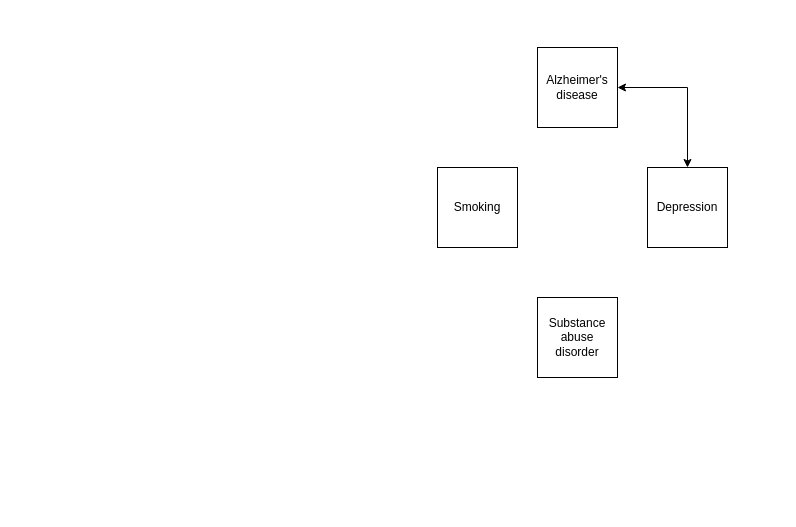
gennacampain/RProjects keeps this draw.io diagram as interconnected.drawio. Above is the earlier version. Source tidied: cells renumbered, new cells numbered last; positions are measured from the earlier drawing's top-left corner, leaving out a move shared by most shapes. Both pictures are drawn from the tidied source at 100%, with x=0, y=0 at pixel (437, 47).
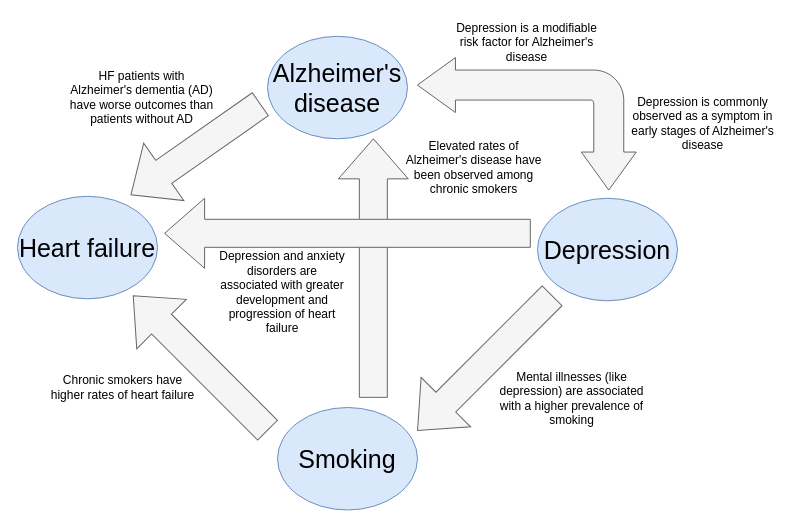
After the change.

The edit, as a diff of the source:
```diff
@@
 <mxGraphModel>
   <root>
     <mxCell id="0" />
     <mxCell id="1" parent="0" />
+    <mxCell id="3" value="Depression" style="ellipse;whiteSpace=wrap;html=1;fontSize=25;fillColor=#dae8fc;strokeColor=#6c8ebf;" parent="1" vertex="1">
+      <mxGeometry x="100" y="150.8" width="140" height="102.5" as="geometry" />
+    </mxCell>
+    <mxCell id="7" style="html=1;shadow=0;dashed=0;align=center;verticalAlign=middle;shape=mxgraph.arrows2.bendDoubleArrow;dy=15;dx=38;arrowHead=55;rounded=1;rotation=90;fillColor=#f5f5f5;fontColor=#333333;strokeColor=#666666;" parent="1" vertex="1">
+      <mxGeometry x="23.1" y="-33.1" width="132.5" height="218.8" as="geometry" />
+    </mxCell>
+    <mxCell id="8" value="Depression is a modifiable risk factor for Alzheimer's disease" style="text;html=1;strokeColor=none;fillColor=none;align=center;verticalAlign=middle;whiteSpace=wrap;rounded=0;" parent="1" vertex="1">
+      <mxGeometry x="13.8" y="-30" width="151.2" height="50" as="geometry" />
+    </mxCell>
+    <mxCell id="9" value="Depression is commonly observed as a symptom in early stages of Alzheimer's disease" style="text;html=1;strokeColor=none;fillColor=none;align=center;verticalAlign=middle;whiteSpace=wrap;rounded=0;" parent="1" vertex="1">
+      <mxGeometry x="190" y="46.2" width="151.2" height="60" as="geometry" />
+    </mxCell>
-    <mxCell id="2" value="Alzheimer's disease" style="whiteSpace=wrap;html=1;" parent="1" vertex="1">
-      <mxGeometry x="100" width="80" height="80" as="geometry" />
+    <mxCell id="2" value="Alzheimer's disease" style="ellipse;whiteSpace=wrap;html=1;fontSize=25;fillColor=#dae8fc;strokeColor=#6c8ebf;" parent="1" vertex="1">
+      <mxGeometry x="-170" y="-11.2" width="140" height="102.5" as="geometry" />
     </mxCell>
-    <mxCell id="3" value="Depression" style="whiteSpace=wrap;html=1;" parent="1" vertex="1">
-      <mxGeometry x="210" y="120" width="80" height="80" as="geometry" />
-    </mxCell>
-    <mxCell id="4" style="endArrow=classic;startArrow=classic;html=1;rounded=0;entryX=1;entryY=0.5;entryDx=0;entryDy=0;exitX=0.5;exitY=0;exitDx=0;exitDy=0;" parent="1" edge="1" source="3" target="2">
-      <mxGeometry relative="1" as="geometry">
-        <Array as="points">
-          <mxPoint x="250" y="40" />
-        </Array>
-      </mxGeometry>
-    </mxCell>
-    <mxCell id="5" value="Smoking" style="whiteSpace=wrap;html=1;" parent="1" vertex="1">
-      <mxGeometry y="120" width="80" height="80" as="geometry" />
+    <mxCell id="5" value="Smoking" style="ellipse;whiteSpace=wrap;html=1;fontSize=25;fillColor=#dae8fc;strokeColor=#6c8ebf;" parent="1" vertex="1">
+      <mxGeometry x="-160" y="360" width="140" height="102.5" as="geometry" />
     </mxCell>
-    <mxCell id="6" value="Substance abuse disorder" style="whiteSpace=wrap;html=1;" parent="1" vertex="1">
-      <mxGeometry x="100" y="250" width="80" height="80" as="geometry" />
-    </mxCell>
+    <mxCell id="10" value="Heart failure" style="ellipse;whiteSpace=wrap;html=1;fontSize=25;fillColor=#dae8fc;strokeColor=#6c8ebf;" parent="1" vertex="1">
+      <mxGeometry x="-420" y="148.8" width="140" height="102.5" as="geometry" />
+    </mxCell>
+    <mxCell id="11" style="html=1;shadow=0;dashed=0;align=center;verticalAlign=middle;shape=mxgraph.arrows2.arrow;dy=0.6;dx=40;flipH=1;notch=0;rotation=-45;fillColor=#f5f5f5;fontColor=#333333;strokeColor=#666666;" parent="1" vertex="1">
+      <mxGeometry x="-47.8" y="280.6" width="190.3" height="70" as="geometry" />
+    </mxCell>
+    <mxCell id="12" value="Mental illnesses (like depression) are associated with a higher prevalence of smoking" style="text;html=1;strokeColor=none;fillColor=none;align=center;verticalAlign=middle;whiteSpace=wrap;rounded=0;" parent="1" vertex="1">
+      <mxGeometry x="58.8" y="321.2" width="151.2" height="60" as="geometry" />
+    </mxCell>
+    <mxCell id="13" style="html=1;shadow=0;dashed=0;align=center;verticalAlign=middle;shape=mxgraph.arrows2.arrow;dy=0.6;dx=40;flipH=1;notch=0;rotation=45;fillColor=#f5f5f5;fontColor=#333333;strokeColor=#666666;" parent="1" vertex="1">
+      <mxGeometry x="-332.1" y="280.5" width="190" height="70" as="geometry" />
+    </mxCell>
+    <mxCell id="14" value="Chronic smokers have higher rates of heart failure" style="text;html=1;strokeColor=none;fillColor=none;align=center;verticalAlign=middle;whiteSpace=wrap;rounded=0;" parent="1" vertex="1">
+      <mxGeometry x="-390" y="310" width="151.2" height="60" as="geometry" />
+    </mxCell>
+    <mxCell id="15" style="html=1;shadow=0;dashed=0;align=center;verticalAlign=middle;shape=mxgraph.arrows2.arrow;dy=0.6;dx=40;flipH=1;notch=0;rotation=90;fillColor=#f5f5f5;fontColor=#333333;strokeColor=#666666;" parent="1" vertex="1">
+      <mxGeometry x="-193.4" y="185.6" width="258.5" height="70" as="geometry" />
+    </mxCell>
+    <mxCell id="16" value="Elevated rates of Alzheimer's disease have been observed among chronic smokers" style="text;html=1;strokeColor=none;fillColor=none;align=center;verticalAlign=middle;whiteSpace=wrap;rounded=0;" parent="1" vertex="1">
+      <mxGeometry x="-37.1" y="80" width="147.2" height="80" as="geometry" />
+    </mxCell>
+    <mxCell id="17" style="html=1;shadow=0;dashed=0;align=center;verticalAlign=middle;shape=mxgraph.arrows2.arrow;dy=0.6;dx=40;flipH=1;notch=0;rotation=0;fillColor=#f5f5f5;fontColor=#333333;strokeColor=#666666;" parent="1" vertex="1">
+      <mxGeometry x="-272.9" y="150.8" width="365.7" height="70" as="geometry" />
+    </mxCell>
+    <mxCell id="18" value="Depression and anxiety disorders are associated with greater development and progression of heart failure" style="text;html=1;strokeColor=none;fillColor=none;align=center;verticalAlign=middle;whiteSpace=wrap;rounded=0;" parent="1" vertex="1">
+      <mxGeometry x="-220" y="200" width="130" height="90" as="geometry" />
+    </mxCell>
+    <mxCell id="19" style="html=1;shadow=0;dashed=0;align=center;verticalAlign=middle;shape=mxgraph.arrows2.arrow;dy=0.6;dx=40;flipH=1;notch=0;rotation=-35;fillColor=#f5f5f5;fontColor=#333333;strokeColor=#666666;" parent="1" vertex="1">
+      <mxGeometry x="-320.8" y="67" width="157.9" height="70" as="geometry" />
+    </mxCell>
+    <mxCell id="20" value="HF patients with Alzheimer's dementia (AD) have worse outcomes than patients without AD" style="text;html=1;strokeColor=none;fillColor=none;align=center;verticalAlign=middle;whiteSpace=wrap;rounded=0;" parent="1" vertex="1">
+      <mxGeometry x="-371.2" y="20" width="151.2" height="60" as="geometry" />
+    </mxCell>
   </root>
 </mxGraphModel>
```
